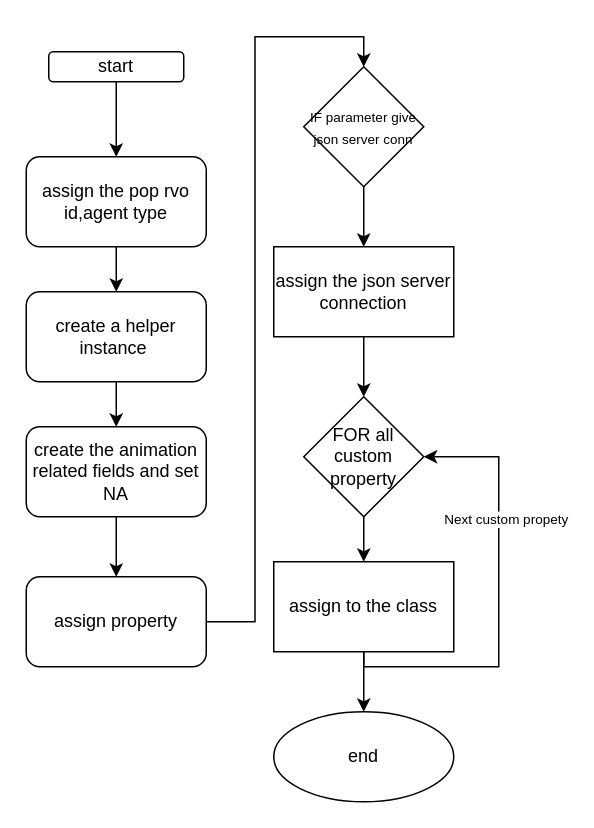
Earlier version of the draw.io diagram foodtruck/constructor.drawio (sivagit/diagrams). Source tidied: cells renumbered, new cells numbered last; positions are measured from the earlier drawing's top-left corner, leaving out a move shared by most shapes. Both pictures are drawn from the tidied source at 150%, with x=0, y=0 at pixel (26, 51).
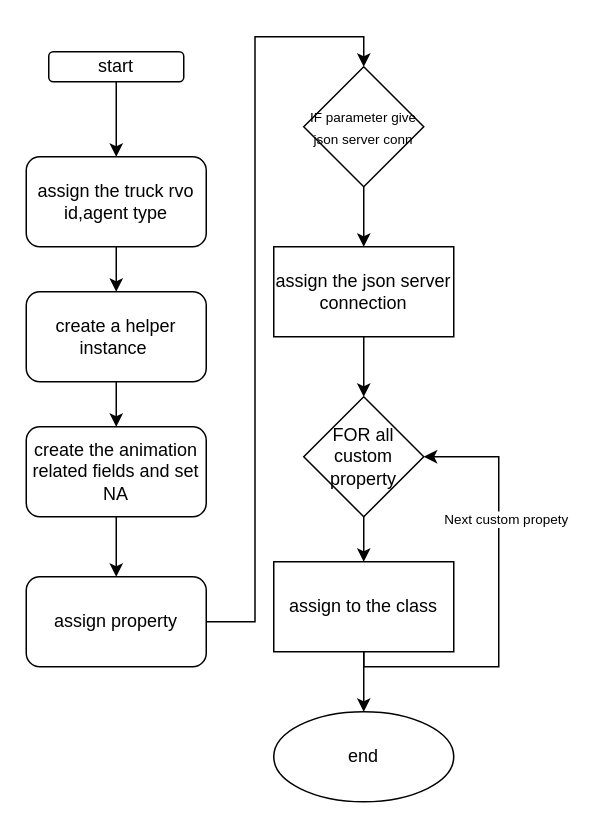
The same diagram, later.

The edit, as a diff of the source:
```diff
@@
-    <mxCell id="5" value="assign the pop rvo id,agent type" style="whiteSpace=wrap;html=1;rounded=1;" parent="1" vertex="1">
+    <mxCell id="5" value="assign the truck rvo id,agent type" style="whiteSpace=wrap;html=1;rounded=1;" parent="1" vertex="1">
       <mxGeometry y="70" width="120" height="60" as="geometry" />
     </mxCell>
```
